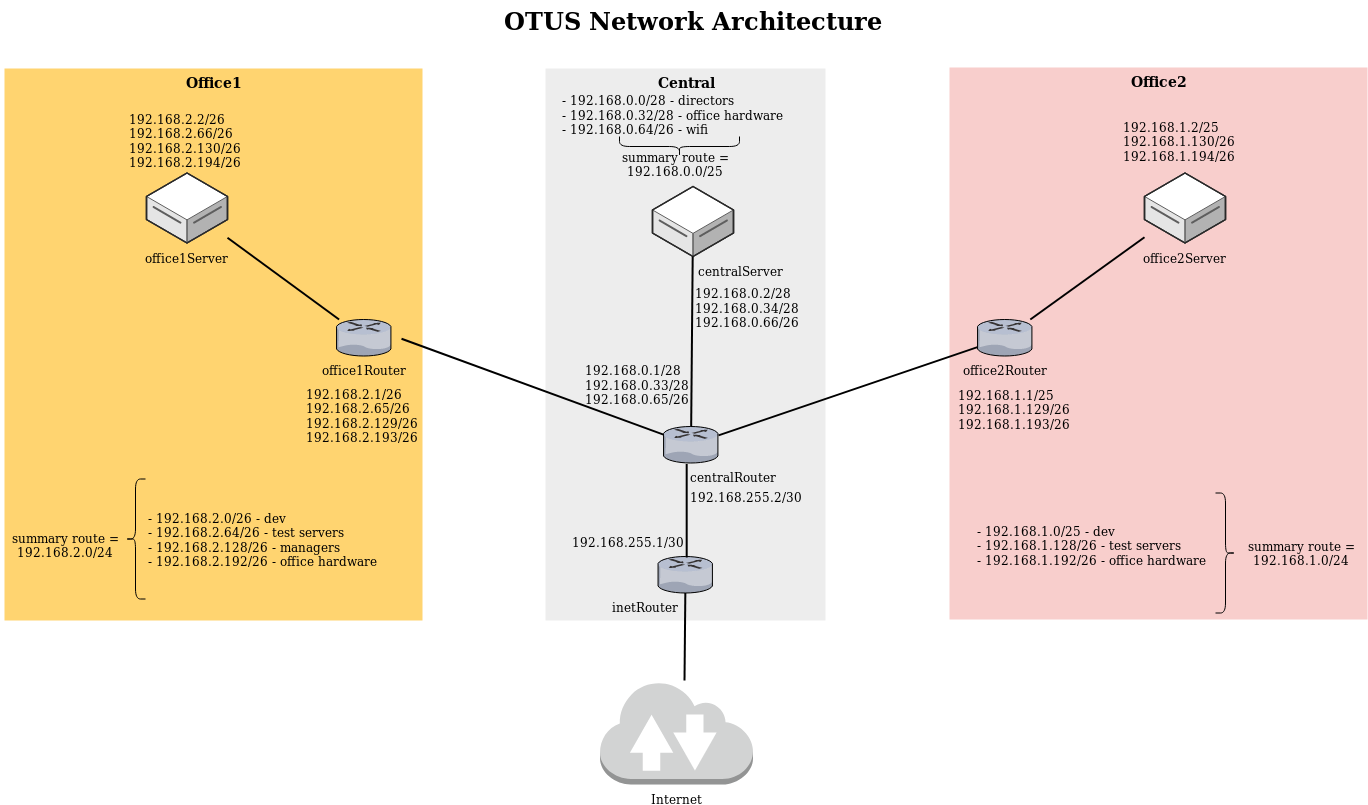
cccco/otus-linux-1 keeps this draw.io diagram as HW15/images/net1.png. Above is the earlier version. Source tidied: cells renumbered, new cells last; positions are measured from the earlier drawing's top-left corner, leaving out a move shared by most shapes.
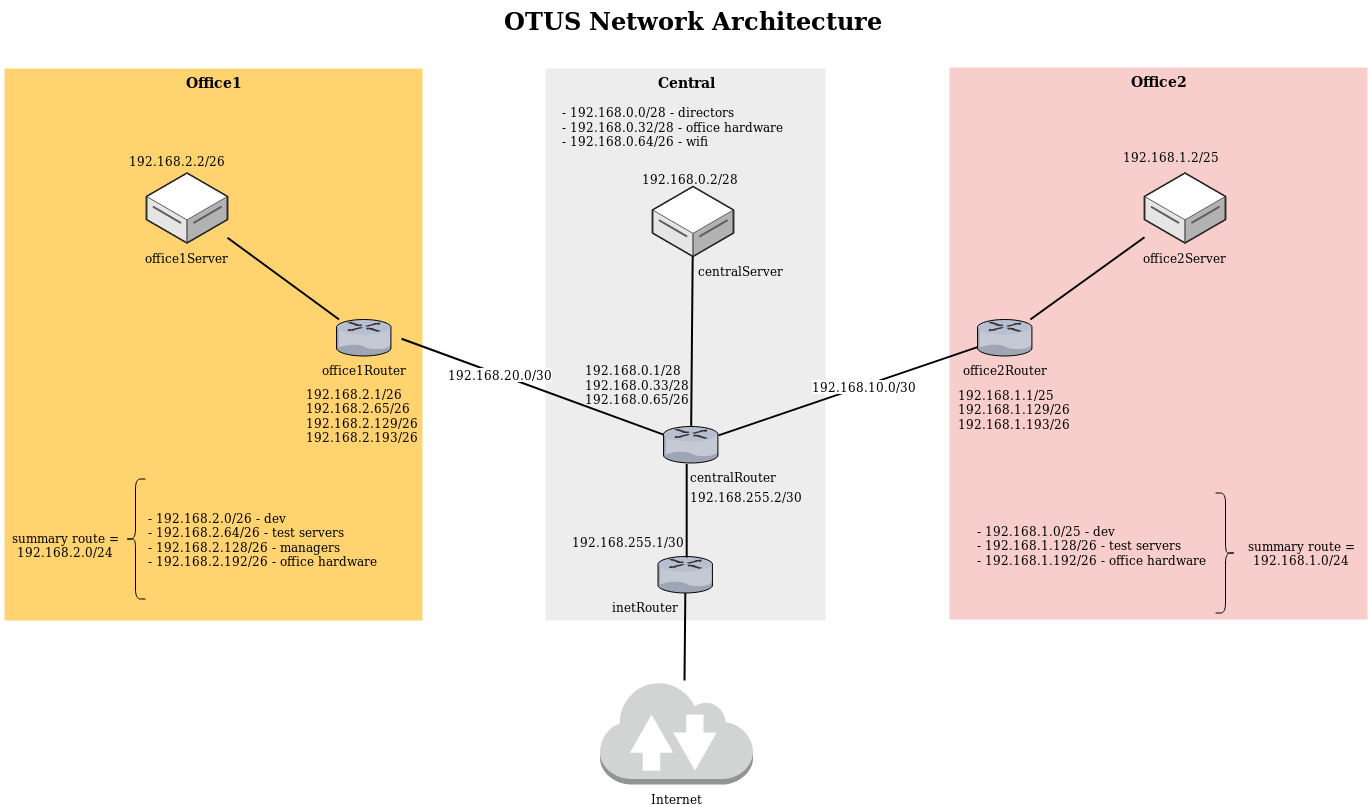
After the change.

The edit, as a diff of the source:
```diff
@@ -16,9 +16,15 @@
         <mxPoint x="401" y="338.2" as="sourcePoint" />
       </mxGeometry>
     </mxCell>
+    <mxCell id="39" value="192.168.20.0/30" style="text;html=1;align=center;verticalAlign=middle;labelBackgroundColor=#ffffff;" parent="5" vertex="1">
+      <mxGeometry x="-0.25" y="1" relative="1" as="geometry" />
+    </mxCell>
     <mxCell id="6" style="edgeStyle=none;rounded=0;html=1;startSize=10;endSize=10;jettySize=auto;fontSize=14;endArrow=none;endFill=0;strokeWidth=2;" parent="1" edge="1" source="9" target="10">
       <mxGeometry relative="1" as="geometry" />
     </mxCell>
+    <mxCell id="40" value="192.168.10.0/30" style="text;html=1;align=center;verticalAlign=middle;labelBackgroundColor=#ffffff;" parent="6" vertex="1">
+      <mxGeometry x="0.13" relative="1" as="geometry" />
+    </mxCell>
     <mxCell id="7" value="OTUS Network Architecture" style="text;strokeColor=none;fillColor=none;html=1;fontSize=24;fontStyle=1;verticalAlign=middle;align=center;" parent="1" vertex="1">
       <mxGeometry x="262" width="861" height="40" as="geometry" />
     </mxCell>
@@ -76,7 +82,7 @@
       <mxGeometry x="975" y="499" width="250" height="90" as="geometry" />
     </mxCell>
     <mxCell id="24" value="&lt;div&gt;&lt;br&gt;&lt;/div&gt;&lt;div&gt;- 192.168.0.0/28 - directors&lt;/div&gt;- 192.168.0.32/28 - office hardware&lt;br&gt;- 192.168.0.64/26 - wifi" style="text;html=1;strokeColor=none;fillColor=none;align=left;verticalAlign=middle;whiteSpace=wrap;rounded=0;" parent="1" vertex="1">
-      <mxGeometry x="560" y="63" width="250" height="88" as="geometry" />
+      <mxGeometry x="560" y="75" width="250" height="88" as="geometry" />
     </mxCell>
     <mxCell id="25" value="192.168.255.1/30" style="text;html=1;strokeColor=none;fillColor=none;align=center;verticalAlign=middle;whiteSpace=wrap;rounded=0;" parent="1" vertex="1">
       <mxGeometry x="562" y="528.5" width="130" height="24" as="geometry" />
@@ -87,20 +93,20 @@
     <mxCell id="27" value="&lt;div&gt;&lt;br&gt;&lt;/div&gt;&lt;div&gt;192.168.0.1/28&lt;/div&gt;192.168.0.33/28&lt;br&gt;192.168.0.65/26" style="text;html=1;strokeColor=none;fillColor=none;align=left;verticalAlign=middle;whiteSpace=wrap;rounded=0;" parent="1" vertex="1">
       <mxGeometry x="583" y="333" width="106" height="88" as="geometry" />
     </mxCell>
-    <mxCell id="28" value="&lt;div&gt;&lt;br&gt;&lt;/div&gt;&lt;div&gt;192.168.0.2/28&lt;/div&gt;192.168.0.34/28&lt;br&gt;192.168.0.66/26" style="text;html=1;strokeColor=none;fillColor=none;align=left;verticalAlign=middle;whiteSpace=wrap;rounded=0;" parent="1" vertex="1">
-      <mxGeometry x="692.5" y="256" width="106" height="88" as="geometry" />
+    <mxCell id="28" value="&lt;div&gt;&lt;br&gt;&lt;/div&gt;&lt;div&gt;192.168.0.2/28&lt;/div&gt;" style="text;html=1;strokeColor=none;fillColor=none;align=left;verticalAlign=middle;whiteSpace=wrap;rounded=0;" parent="1" vertex="1">
+      <mxGeometry x="639.5" y="144" width="106" height="54" as="geometry" />
     </mxCell>
     <mxCell id="29" value="&lt;div align=&quot;left&quot;&gt;192.168.2.1/26&lt;br&gt;192.168.2.65/26&lt;br&gt;192.168.2.129/26&lt;br&gt;192.168.2.193/26&lt;/div&gt;" style="text;html=1;strokeColor=none;fillColor=none;align=left;verticalAlign=middle;whiteSpace=wrap;rounded=0;" parent="1" vertex="1">
       <mxGeometry x="303.5" y="369.5" width="120" height="90" as="geometry" />
     </mxCell>
-    <mxCell id="30" value="&lt;div align=&quot;left&quot;&gt;192.168.2.2/26&lt;br&gt;192.168.2.66/26&lt;br&gt;192.168.2.130/26&lt;br&gt;192.168.2.194/26&lt;/div&gt;" style="text;html=1;strokeColor=none;fillColor=none;align=left;verticalAlign=middle;whiteSpace=wrap;rounded=0;" parent="1" vertex="1">
-      <mxGeometry x="126.5" y="95" width="120" height="90" as="geometry" />
+    <mxCell id="30" value="&lt;div align=&quot;left&quot;&gt;192.168.2.2/26&lt;br&gt;&lt;br&gt;&lt;/div&gt;" style="text;html=1;strokeColor=none;fillColor=none;align=left;verticalAlign=middle;whiteSpace=wrap;rounded=0;" parent="1" vertex="1">
+      <mxGeometry x="127" y="150" width="120" height="35" as="geometry" />
     </mxCell>
     <mxCell id="31" value="192.168.1.1/25&lt;br&gt;192.168.1.129/26&lt;br&gt;192.168.1.193/26" style="text;html=1;strokeColor=none;fillColor=none;align=left;verticalAlign=middle;whiteSpace=wrap;rounded=0;" parent="1" vertex="1">
       <mxGeometry x="956" y="377.5" width="128" height="62" as="geometry" />
     </mxCell>
-    <mxCell id="32" value="192.168.1.2/25&lt;br&gt;192.168.1.130/26&lt;br&gt;192.168.1.194/26" style="text;html=1;strokeColor=none;fillColor=none;align=left;verticalAlign=middle;whiteSpace=wrap;rounded=0;" parent="1" vertex="1">
-      <mxGeometry x="1120.5" y="109" width="128" height="62" as="geometry" />
+    <mxCell id="32" value="192.168.1.2/25&lt;br&gt;" style="text;html=1;strokeColor=none;fillColor=none;align=left;verticalAlign=middle;whiteSpace=wrap;rounded=0;" parent="1" vertex="1">
+      <mxGeometry x="1121" y="140" width="128" height="31" as="geometry" />
     </mxCell>
     <mxCell id="33" style="shape=curlyBracket;whiteSpace=wrap;html=1;rounded=1;" parent="1" vertex="1">
       <mxGeometry x="125" y="478.5" width="20" height="120" as="geometry" />
@@ -114,11 +120,5 @@
     <mxCell id="36" value="summary route = 192.168.1.0/24" style="text;html=1;strokeColor=none;fillColor=none;align=center;verticalAlign=middle;whiteSpace=wrap;rounded=0;" parent="1" vertex="1">
       <mxGeometry x="1236" y="537.5" width="130" height="30" as="geometry" />
     </mxCell>
-    <mxCell id="37" style="shape=curlyBracket;whiteSpace=wrap;html=1;rounded=1;rotation=-90;" parent="1" vertex="1">
-      <mxGeometry x="669" y="86" width="20" height="120" as="geometry" />
-    </mxCell>
-    <mxCell id="38" value="summary route = 192.168.0.0/25" style="text;html=1;strokeColor=none;fillColor=none;align=center;verticalAlign=middle;whiteSpace=wrap;rounded=0;" parent="1" vertex="1">
-      <mxGeometry x="609.5" y="148" width="130" height="30" as="geometry" />
-    </mxCell>
   </root>
 </mxGraphModel>
```
